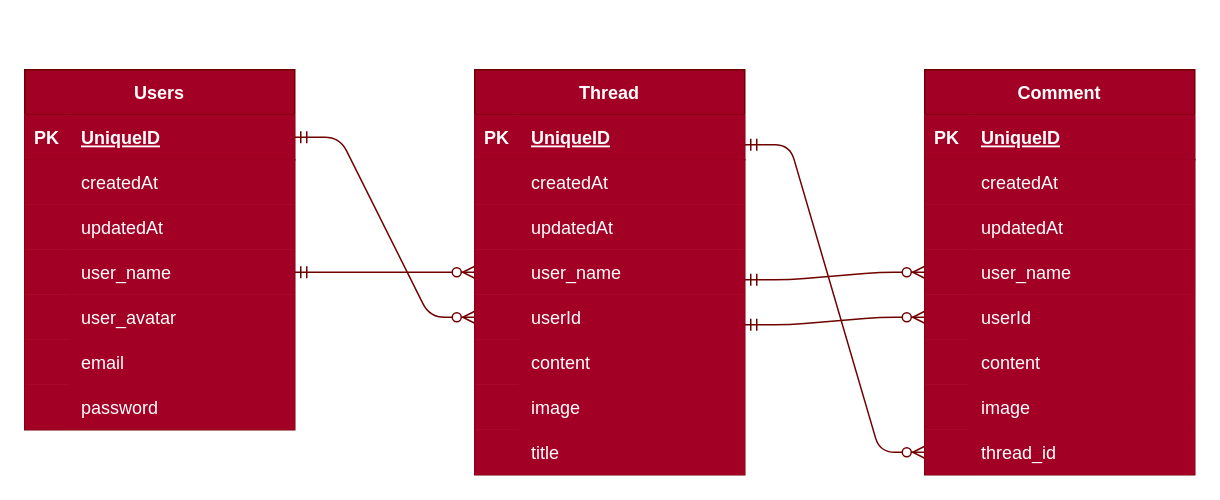
Earlier version of the draw.io diagram tables.drawio (kubeshauseli17/project2-Hockey-forum). Source tidied: cells renumbered, new cells numbered last; positions are measured from the earlier drawing's top-left corner, leaving out a move shared by most shapes. Both pictures are drawn from the tidied source at 150%, with x=0, y=0 at pixel (24, 69).
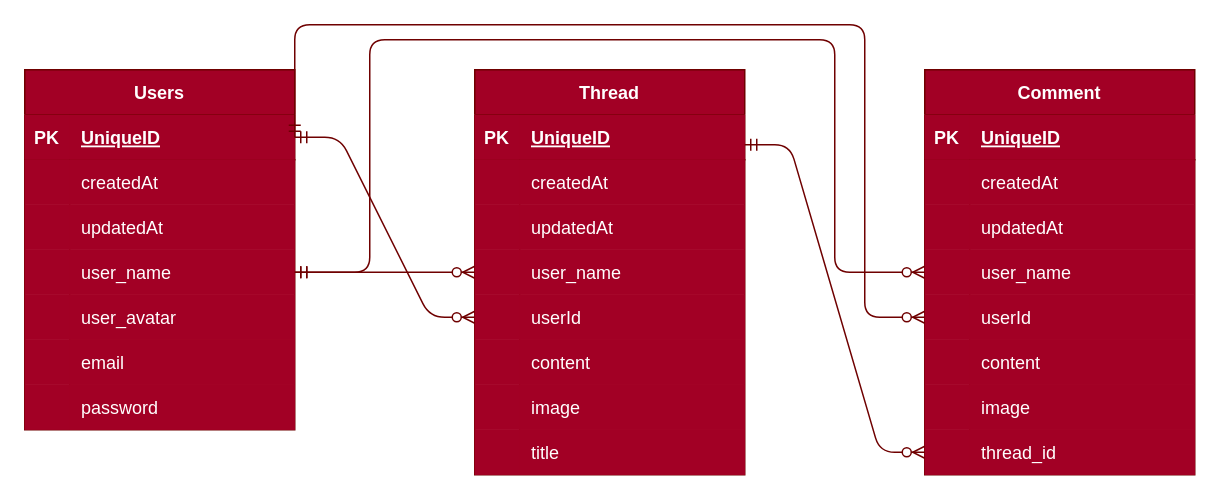
The same diagram, later.

The change refers to these unchanged cells:
```xml
<mxCell id="3" style="shape=partialRectangle;fillColor=#a20025;top=0;left=0;bottom=1;right=0;points=[[0,0.5],[1,0.5]];portConstraint=eastwest;fontColor=#ffffff;strokeColor=#6F0000;" parent="2" vertex="1">
  <mxGeometry y="30" width="180" height="30" as="geometry" />
</mxCell>
<mxCell id="37" style="shape=partialRectangle;fillColor=#a20025;top=0;left=0;bottom=0;right=0;points=[[0,0.5],[1,0.5]];portConstraint=eastwest;fontColor=#ffffff;strokeColor=#6F0000;" parent="27" vertex="1">
  <mxGeometry y="120" width="180" height="30" as="geometry" />
</mxCell>
<mxCell id="40" style="shape=partialRectangle;fillColor=#a20025;top=0;left=0;bottom=0;right=0;points=[[0,0.5],[1,0.5]];portConstraint=eastwest;fontColor=#ffffff;strokeColor=#6F0000;" parent="27" vertex="1">
  <mxGeometry y="150" width="180" height="30" as="geometry" />
</mxCell>
```

Diff of the diagram source:
```diff
@@
-    <mxCell id="88" style="edgeStyle=entityRelationEdgeStyle;fontSize=12;html=1;endArrow=ERzeroToMany;startArrow=ERmandOne;entryX=0;entryY=0.5;entryDx=0;entryDy=0;fillColor=#a20025;strokeColor=#6F0000;" parent="1" edge="1" target="37">
+    <mxCell id="88" style="edgeStyle=orthogonalEdgeStyle;fontSize=12;html=1;endArrow=ERzeroToMany;startArrow=ERmandOne;entryX=0;entryY=0.5;entryDx=0;entryDy=0;fillColor=#a20025;strokeColor=#6F0000;" parent="1" edge="1" target="37">
       <mxGeometry relative="1" as="geometry">
-        <mxPoint x="480" y="140" as="sourcePoint" />
+        <mxPoint x="180" y="135" as="sourcePoint" />
+        <Array as="points">
+          <mxPoint x="230" y="135" />
+          <mxPoint x="230" y="-20" />
+          <mxPoint x="540" y="-20" />
+          <mxPoint x="540" y="135" />
+        </Array>
       </mxGeometry>
     </mxCell>
-    <mxCell id="89" style="edgeStyle=entityRelationEdgeStyle;fontSize=12;html=1;endArrow=ERzeroToMany;startArrow=ERmandOne;entryX=0;entryY=0.5;entryDx=0;entryDy=0;fillColor=#a20025;strokeColor=#6F0000;" parent="1" edge="1" target="40">
+    <mxCell id="89" style="edgeStyle=orthogonalEdgeStyle;fontSize=12;html=1;endArrow=ERzeroToMany;startArrow=ERmandOne;fillColor=#a20025;strokeColor=#6F0000;exitX=1;exitY=0.5;exitDx=0;exitDy=0;entryX=0;entryY=0.5;entryDx=0;entryDy=0;" parent="1" edge="1" source="3" target="40">
       <mxGeometry relative="1" as="geometry">
-        <mxPoint x="480" y="170" as="sourcePoint" />
+        <Array as="points">
+          <mxPoint x="180" y="-30" />
+          <mxPoint x="560" y="-30" />
+          <mxPoint x="560" y="165" />
+        </Array>
       </mxGeometry>
     </mxCell>
```
